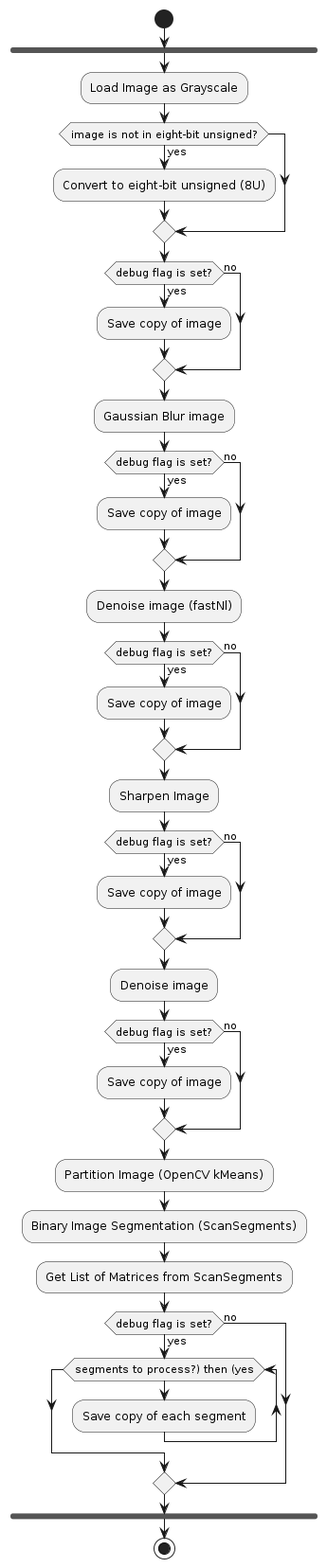
Earlier version of the PlantUML export design/preprocessing_activity_flow.png (mrobbeloth/obstruction-preprocessor-service).
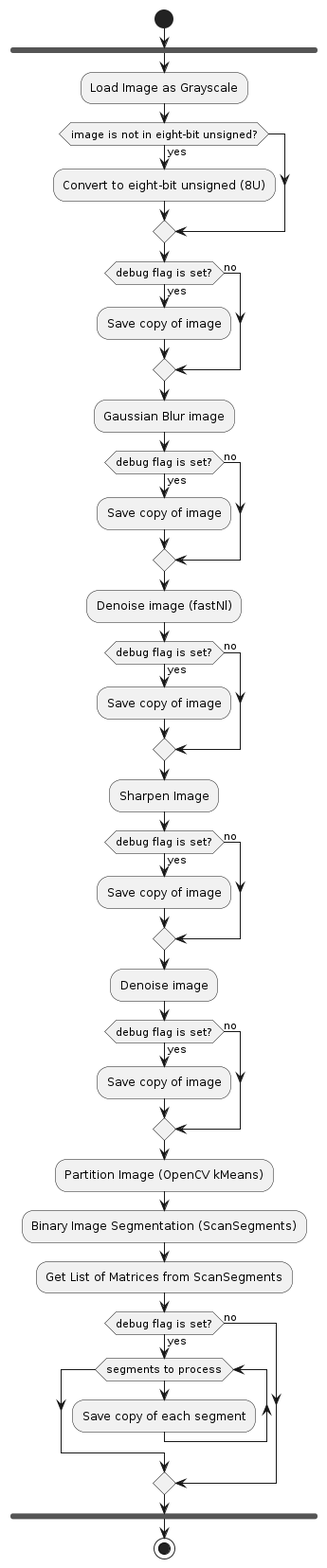
After the change.

Change to the diagram source:
```diff
@@ -33,7 +33,7 @@
 :Binary Image Segmentation (ScanSegments);
 :Get List of Matrices from ScanSegments;
 if (debug flag is set?) then (yes)
-    while (segments to process?) then (yes)
+    while (segments to process)
         :Save copy of each segment;
     endwhile
 else (no)
```
